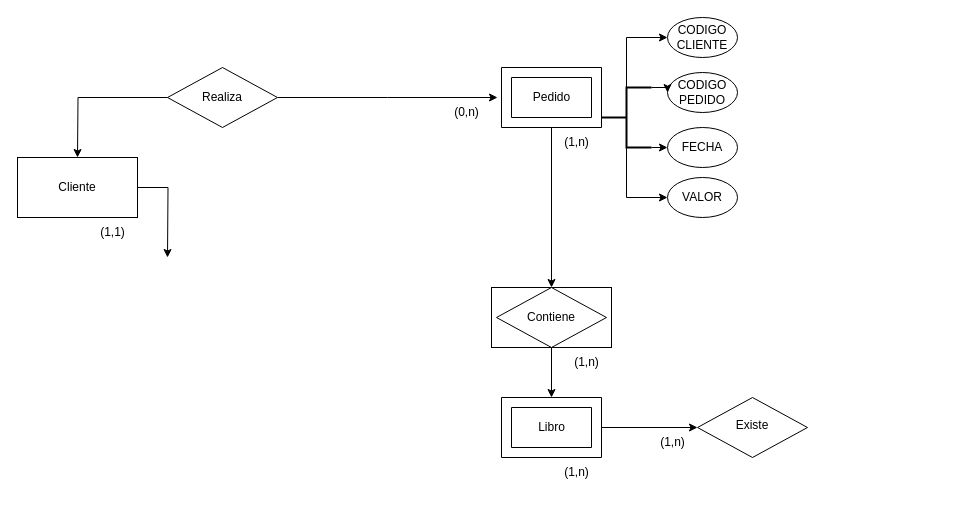
This is Diagrama sin título.drawio from Afes-reop/Modelado-de-Bases-de-Datos, a draw.io file, before an edit. Source tidied: cells renumbered, new cells numbered last; positions are measured from the earlier drawing's top-left corner, leaving out a move shared by most shapes. Both pictures are drawn from the tidied source at 100%, with x=0, y=0 at pixel (17, 17).
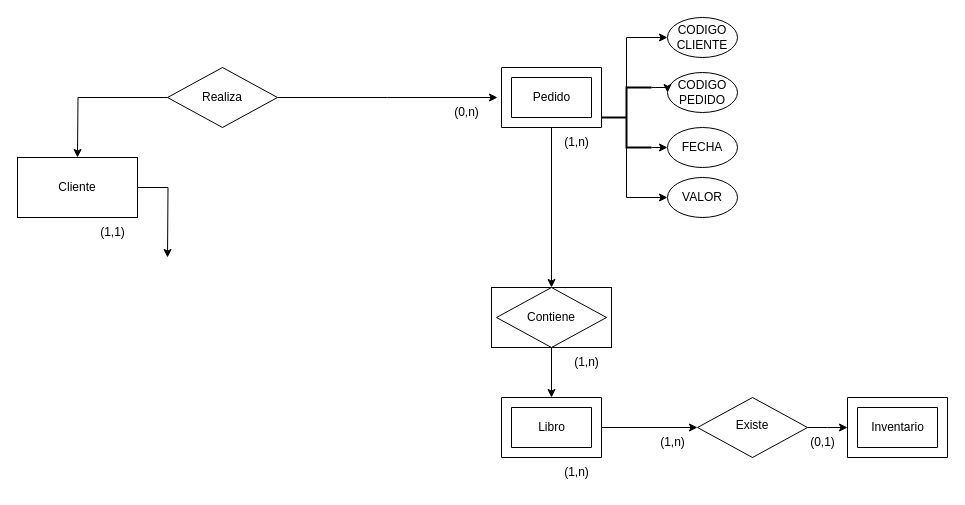
After the change.

Commit message:
Diagrama Relación Entidad (DER).drawio

Unchanged cells that the change refers to:
```xml
<mxCell id="30" value="&lt;div&gt;&lt;br&gt;&lt;/div&gt;&lt;div&gt;Existe&lt;/div&gt;" style="rhombus;whiteSpace=wrap;html=1;verticalAlign=top;" parent="1" vertex="1">
  <mxGeometry x="680" y="380" width="110" height="60" as="geometry" />
</mxCell>
```

The edit, as a diff of the source:
```diff
@@
+    <mxCell id="32" style="edgeStyle=orthogonalEdgeStyle;rounded=0;jettySize=auto;html=1;exitX=1;exitY=0.5;exitDx=0;exitDy=0;" parent="1" edge="1" source="30">
+      <mxGeometry relative="1" as="geometry">
+        <mxPoint x="830" y="410" as="targetPoint" />
+      </mxGeometry>
+    </mxCell>
@@
+    <mxCell id="33" style="verticalLabelPosition=bottom;verticalAlign=top;html=1;shape=mxgraph.basic.frame;dx=10;whiteSpace=wrap;" parent="1" vertex="1">
+      <mxGeometry x="830" y="380" width="100" height="60" as="geometry" />
+    </mxCell>
+    <mxCell id="34" value="Inventario" style="text;html=1;align=center;verticalAlign=middle;strokeColor=none;fillColor=none;" parent="1" vertex="1">
+      <mxGeometry x="840" y="395" width="80" height="30" as="geometry" />
+    </mxCell>
+    <mxCell id="35" value="(0,1&lt;span style=&quot;background-color: transparent; color: light-dark(rgb(0, 0, 0), rgb(255, 255, 255));&quot;&gt;)&lt;/span&gt;" style="text;html=1;align=center;verticalAlign=middle;strokeColor=none;fillColor=none;" parent="1" vertex="1">
+      <mxGeometry x="780" y="410" width="50" height="30" as="geometry" />
+    </mxCell>
```
